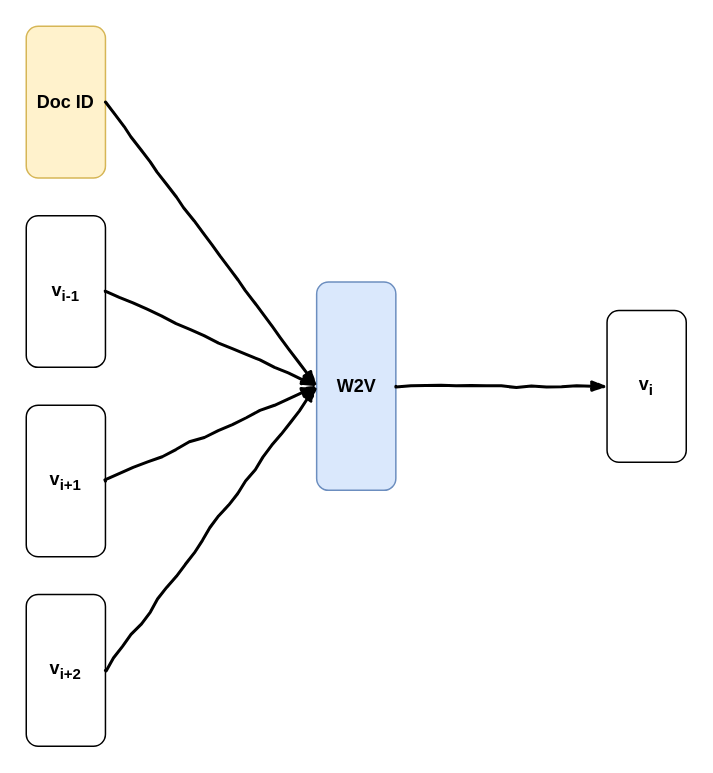
Above: images/draw.io/Doc2Vec.drawio in atis06/thesis (draw.io), before the change. Source tidied: cells renumbered, new cells numbered last; positions are measured from the earlier drawing's top-left corner, leaving out a move shared by most shapes. Both pictures are drawn from the tidied source at 150%, with x=0, y=0 at pixel (26, 26).
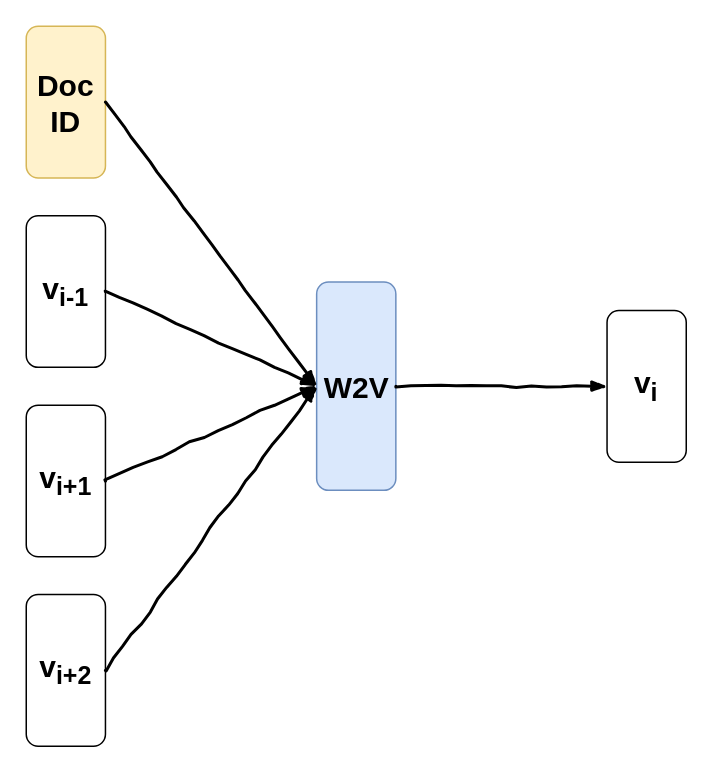
After the change.

What changed in the source:
```diff
@@
 <mxGraphModel>
   <root>
     <mxCell id="0" />
     <mxCell id="1" parent="0" />
     <mxCell id="2" style="group;" parent="1" vertex="1">
       <mxGeometry width="440" height="480" as="geometry" />
     </mxCell>
-    <mxCell id="3" value="Doc ID" style="rounded=1;whiteSpace=wrap;html=1;fontStyle=1;fillColor=#fff2cc;strokeColor=#d6b656;" parent="2" vertex="1">
+    <mxCell id="3" value="&lt;font style=&quot;font-size: 20px&quot;&gt;Doc ID&lt;/font&gt;" style="rounded=1;whiteSpace=wrap;html=1;fontStyle=1;fillColor=#fff2cc;strokeColor=#d6b656;" parent="2" vertex="1">
       <mxGeometry width="52.8" height="101.1" as="geometry" />
     </mxCell>
-    <mxCell id="4" value="v&lt;sub&gt;i-1&lt;/sub&gt;" style="rounded=1;whiteSpace=wrap;html=1;fontStyle=1;" parent="2" vertex="1">
+    <mxCell id="4" value="&lt;font style=&quot;font-size: 20px&quot;&gt;v&lt;sub&gt;i-1&lt;/sub&gt;&lt;/font&gt;" style="rounded=1;whiteSpace=wrap;html=1;fontStyle=1;" parent="2" vertex="1">
       <mxGeometry y="126.3" width="52.8" height="101.1" as="geometry" />
     </mxCell>
-    <mxCell id="5" value="v&lt;sub&gt;i+1&lt;/sub&gt;" style="rounded=1;whiteSpace=wrap;html=1;fontStyle=1;" parent="2" vertex="1">
+    <mxCell id="5" value="&lt;font style=&quot;font-size: 20px&quot;&gt;v&lt;sub&gt;i+1&lt;/sub&gt;&lt;/font&gt;" style="rounded=1;whiteSpace=wrap;html=1;fontStyle=1;" parent="2" vertex="1">
       <mxGeometry y="252.6" width="52.8" height="101.1" as="geometry" />
     </mxCell>
-    <mxCell id="6" value="v&lt;sub&gt;i+2&lt;/sub&gt;" style="rounded=1;whiteSpace=wrap;html=1;fontStyle=1;" parent="2" vertex="1">
+    <mxCell id="6" value="&lt;font style=&quot;font-size: 20px&quot;&gt;v&lt;sub&gt;i+2&lt;/sub&gt;&lt;/font&gt;" style="rounded=1;whiteSpace=wrap;html=1;fontStyle=1;" parent="2" vertex="1">
       <mxGeometry y="378.9" width="52.8" height="101.1" as="geometry" />
     </mxCell>
-    <mxCell id="7" value="&lt;b&gt;W2V&lt;/b&gt;" style="rounded=1;whiteSpace=wrap;html=1;fillColor=#dae8fc;strokeColor=#6c8ebf;" parent="2" vertex="1">
+    <mxCell id="7" value="&lt;font style=&quot;font-size: 20px&quot;&gt;&lt;b&gt;W2V&lt;/b&gt;&lt;/font&gt;" style="rounded=1;whiteSpace=wrap;html=1;fillColor=#dae8fc;strokeColor=#6c8ebf;" parent="2" vertex="1">
       <mxGeometry x="193.6" y="170.5" width="52.8" height="138.9" as="geometry" />
     </mxCell>
-    <mxCell id="8" value="v&lt;sub&gt;i&lt;/sub&gt;" style="rounded=1;whiteSpace=wrap;html=1;fontStyle=1;" parent="2" vertex="1">
+    <mxCell id="8" value="&lt;font style=&quot;font-size: 20px&quot;&gt;v&lt;sub&gt;i&lt;/sub&gt;&lt;/font&gt;" style="rounded=1;whiteSpace=wrap;html=1;fontStyle=1;" parent="2" vertex="1">
       <mxGeometry x="387.2" y="189.5" width="52.8" height="101.1" as="geometry" />
     </mxCell>
     <mxCell id="9" style="rounded=0;comic=1;strokeWidth=2;endArrow=blockThin;html=1;fontFamily=Comic Sans MS;fontStyle=1;exitX=1;exitY=0.5;exitDx=0;exitDy=0;entryX=0;entryY=0.5;entryDx=0;entryDy=0;" parent="2" edge="1" source="3" target="7">
       <mxGeometry relative="1" as="geometry" />
     </mxCell>
     <mxCell id="10" style="rounded=0;comic=1;strokeWidth=2;endArrow=blockThin;html=1;fontFamily=Comic Sans MS;fontStyle=1;exitX=1;exitY=0.5;exitDx=0;exitDy=0;entryX=0;entryY=0.5;entryDx=0;entryDy=0;" parent="2" edge="1" source="4" target="7">
       <mxGeometry relative="1" as="geometry" />
     </mxCell>
     <mxCell id="11" style="rounded=0;comic=1;strokeWidth=2;endArrow=blockThin;html=1;fontFamily=Comic Sans MS;fontStyle=1;entryX=0;entryY=0.5;entryDx=0;entryDy=0;" parent="2" edge="1" target="7">
       <mxGeometry relative="1" as="geometry">
         <mxPoint x="52.8" y="303.2" as="sourcePoint" />
       </mxGeometry>
     </mxCell>
     <mxCell id="12" style="rounded=0;comic=1;strokeWidth=2;endArrow=blockThin;html=1;fontFamily=Comic Sans MS;fontStyle=1;entryX=0;entryY=0.5;entryDx=0;entryDy=0;exitX=1;exitY=0.5;exitDx=0;exitDy=0;" parent="2" edge="1" source="6" target="7">
       <mxGeometry relative="1" as="geometry" />
     </mxCell>
     <mxCell id="13" style="rounded=0;comic=1;strokeWidth=2;endArrow=blockThin;html=1;fontFamily=Comic Sans MS;fontStyle=1;exitX=1;exitY=0.5;exitDx=0;exitDy=0;entryX=0;entryY=0.5;entryDx=0;entryDy=0;" parent="2" edge="1" source="7" target="8">
       <mxGeometry relative="1" as="geometry" />
     </mxCell>
   </root>
 </mxGraphModel>
```
